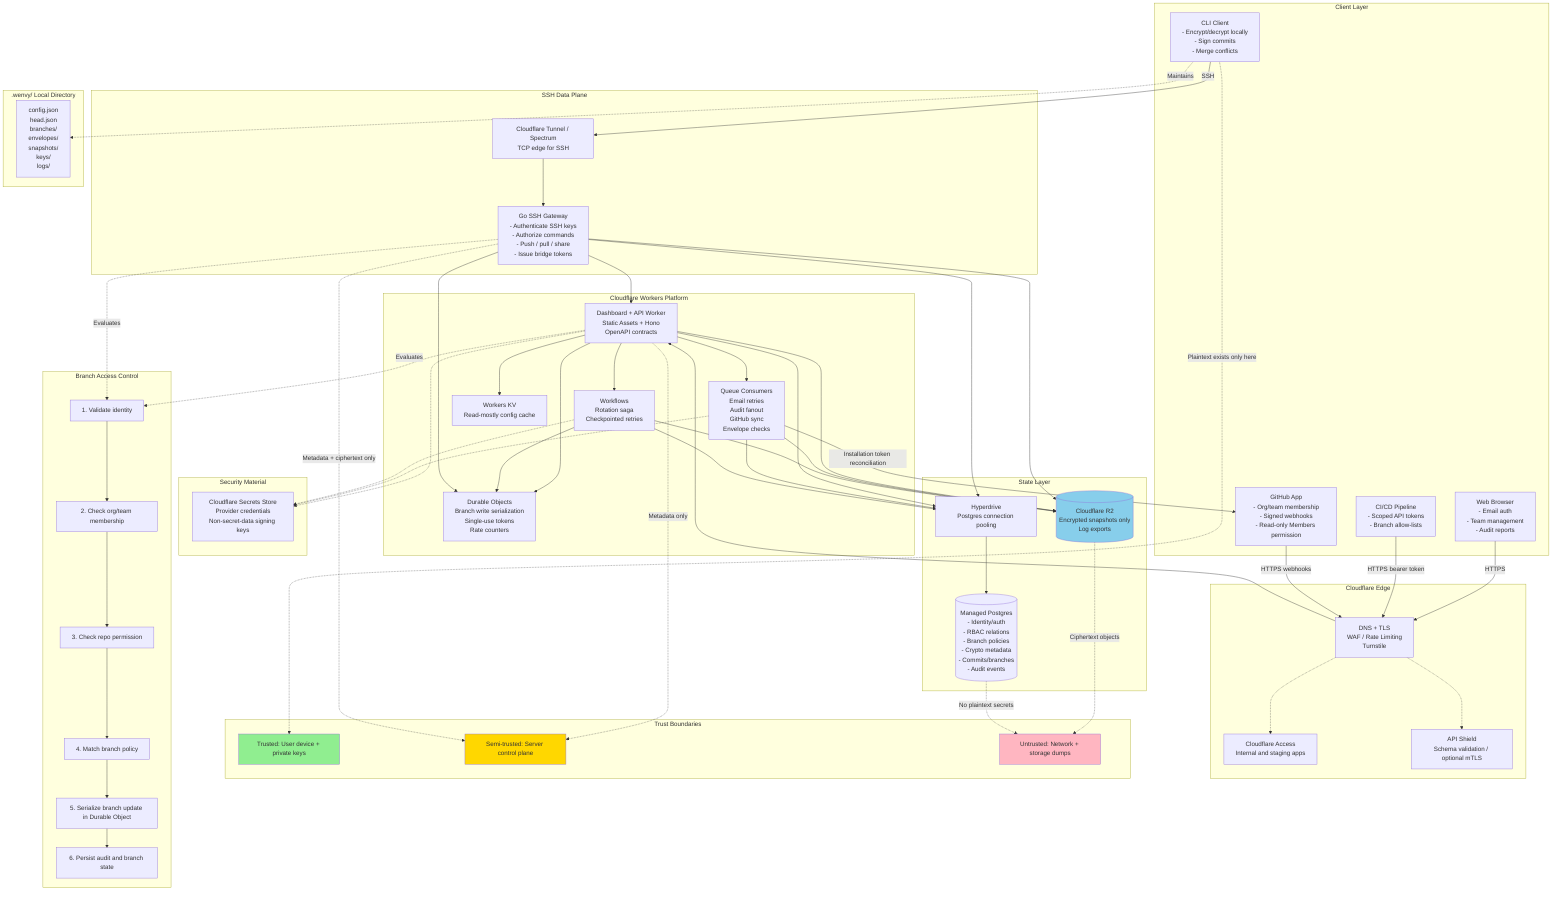
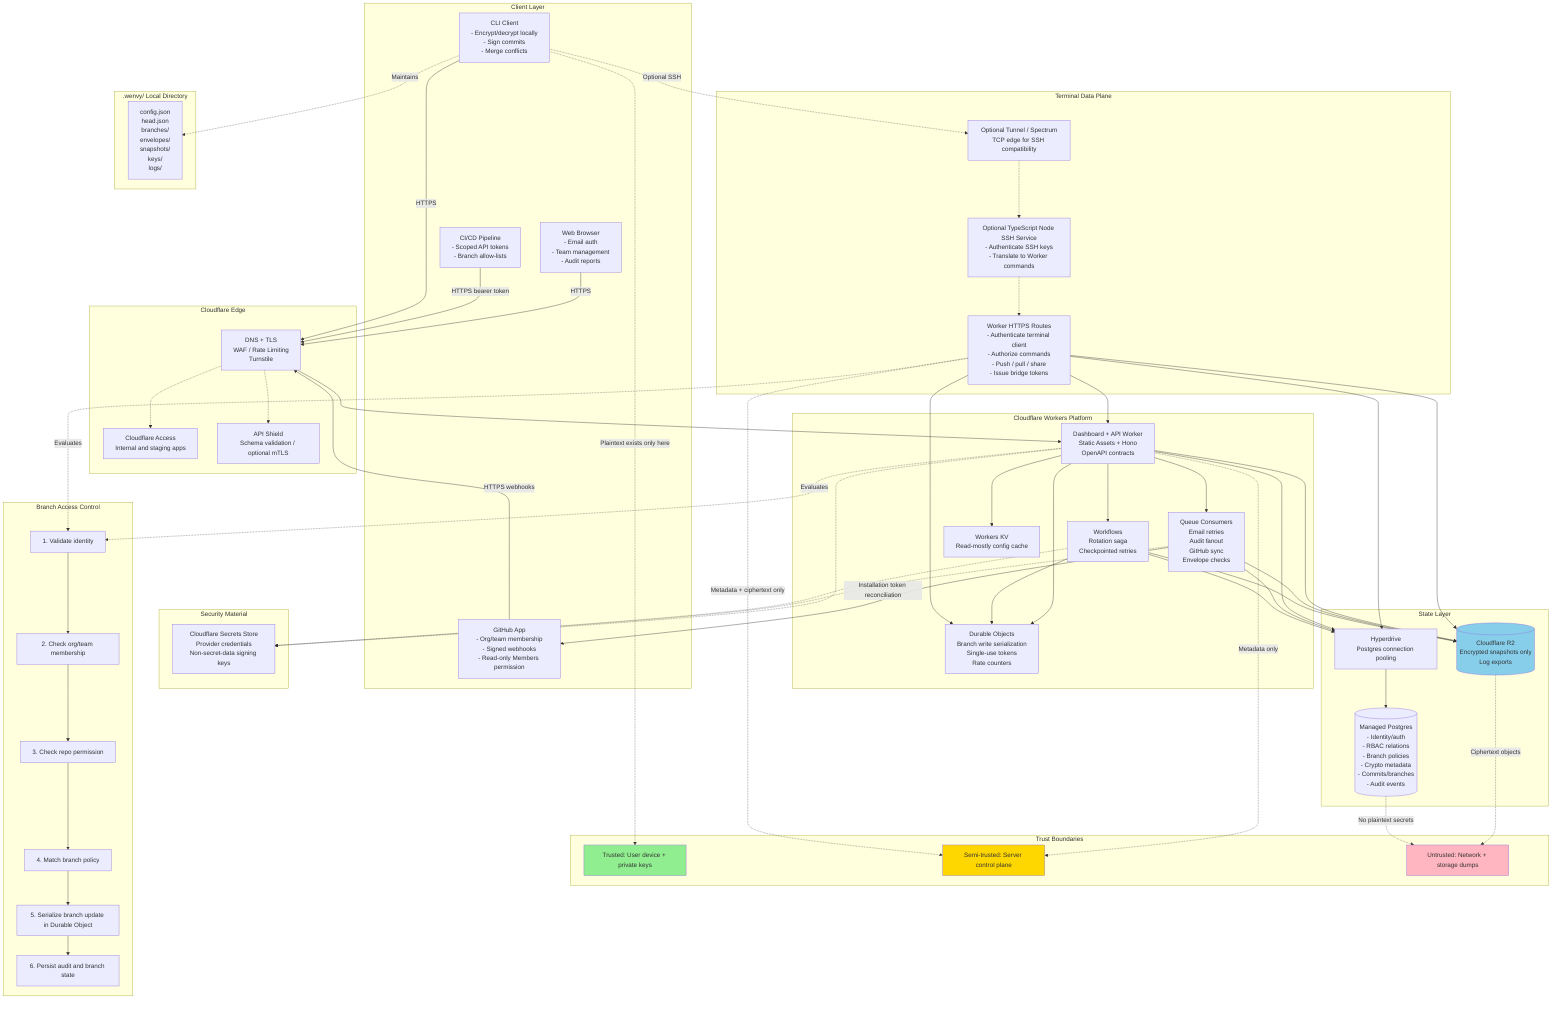
graph TB
    subgraph "Client Layer"
        CLI[CLI Client<br/>- Encrypt/decrypt locally<br/>- Sign commits<br/>- Merge conflicts]
        WebUI[Web Browser<br/>- Email auth<br/>- Team management<br/>- Audit reports]
        CICD[CI/CD Pipeline<br/>- Scoped API tokens<br/>- Branch allow-lists]
        GitHub[GitHub App<br/>- Org/team membership<br/>- Signed webhooks<br/>- Read-only Members permission]
    end

    subgraph "Cloudflare Edge"
        Edge[DNS + TLS<br/>WAF / Rate Limiting<br/>Turnstile]
        Access[Cloudflare Access<br/>Internal and staging apps]
        APIShield[API Shield<br/>Schema validation / optional mTLS]
    end

    subgraph "Cloudflare Workers Platform"
        AppWorker[Dashboard + API Worker<br/>Static Assets + Hono<br/>OpenAPI contracts]
        QueueWorkers[Queue Consumers<br/>Email retries<br/>Audit fanout<br/>GitHub sync<br/>Envelope checks]
        RotationWF[Workflows<br/>Rotation saga<br/>Checkpointed retries]
        BranchDO[Durable Objects<br/>Branch write serialization<br/>Single-use tokens<br/>Rate counters]
        KV[Workers KV<br/>Read-mostly config cache]
    end

-     subgraph "SSH Data Plane"
-         Tunnel[Cloudflare Tunnel / Spectrum<br/>TCP edge for SSH]
-         SSH[Go SSH Gateway<br/>- Authenticate SSH keys<br/>- Authorize commands<br/>- Push / pull / share<br/>- Issue bridge tokens]
+     subgraph "Terminal Data Plane"
+         TerminalApi[Worker HTTPS Routes<br/>- Authenticate terminal client<br/>- Authorize commands<br/>- Push / pull / share<br/>- Issue bridge tokens]
+         Tunnel[Optional Tunnel / Spectrum<br/>TCP edge for SSH compatibility]
+         SSH[Optional TypeScript Node SSH Service<br/>- Authenticate SSH keys<br/>- Translate to Worker commands]
    end

    subgraph "State Layer"
        Hyperdrive[Hyperdrive<br/>Postgres connection pooling]
        PG[(Managed Postgres<br/>- Identity/auth<br/>- RBAC relations<br/>- Branch policies<br/>- Crypto metadata<br/>- Commits/branches<br/>- Audit events)]
        R2[(Cloudflare R2<br/>Encrypted snapshots only<br/>Log exports)]
    end

    subgraph "Security Material"
        Secrets[Cloudflare Secrets Store<br/>Provider credentials<br/>Non-secret-data signing keys]
    end

    subgraph "Trust Boundaries"
        TB1[Trusted: User device + private keys]
        TB2[Semi-trusted: Server control plane]
        TB3[Untrusted: Network + storage dumps]
    end

    WebUI -->|HTTPS| Edge
    CICD -->|HTTPS bearer token| Edge
    GitHub -->|HTTPS webhooks| Edge
-     CLI -->|SSH| Tunnel
+     CLI -->|HTTPS| Edge
+     CLI -.->|Optional SSH| Tunnel

    Edge --> AppWorker
    Edge -.-> Access
    Edge -.-> APIShield
-     Tunnel --> SSH
+     Tunnel -.-> SSH
+     SSH -.-> TerminalApi

    AppWorker --> BranchDO
    AppWorker --> Hyperdrive
    AppWorker --> R2
    AppWorker --> KV
    AppWorker --> QueueWorkers
    AppWorker --> RotationWF
    QueueWorkers --> Hyperdrive
    QueueWorkers -->|Installation token reconciliation| GitHub
    QueueWorkers --> R2
    RotationWF --> BranchDO
    RotationWF --> Hyperdrive
    RotationWF --> R2

-     SSH --> BranchDO
-     SSH --> Hyperdrive
-     SSH --> R2
-     SSH --> AppWorker
+     TerminalApi --> BranchDO
+     TerminalApi --> Hyperdrive
+     TerminalApi --> R2
+     TerminalApi --> AppWorker

    Hyperdrive --> PG
    AppWorker -.-> Secrets
    QueueWorkers -.-> Secrets
    RotationWF -.-> Secrets

    CLI -.->|Plaintext exists only here| TB1
    AppWorker -.->|Metadata only| TB2
-     SSH -.->|Metadata + ciphertext only| TB2
+     TerminalApi -.->|Metadata + ciphertext only| TB2
    R2 -.->|Ciphertext objects| TB3
    PG -.->|No plaintext secrets| TB3

    subgraph "Branch Access Control"
        B1[1. Validate identity]
        B2[2. Check org/team membership]
        B3[3. Check repo permission]
        B4[4. Match branch policy]
        B5[5. Serialize branch update in Durable Object]
        B6[6. Persist audit and branch state]

        B1 --> B2 --> B3 --> B4 --> B5 --> B6
    end

    AppWorker -.->|Evaluates| B1
-     SSH -.->|Evaluates| B1
+     TerminalApi -.->|Evaluates| B1

    subgraph ".wenvy/ Local Directory"
        LC[config.json<br/>head.json<br/>branches/<br/>envelopes/<br/>snapshots/<br/>keys/<br/>logs/]
    end

    CLI -.->|Maintains| LC

    classDef trusted fill:#90EE90
    classDef semiTrusted fill:#FFD700
    classDef untrusted fill:#FFB6C1
    classDef encrypted fill:#87CEEB

    class TB1 trusted
    class TB2 semiTrusted
    class TB3 untrusted
    class R2 encrypted
